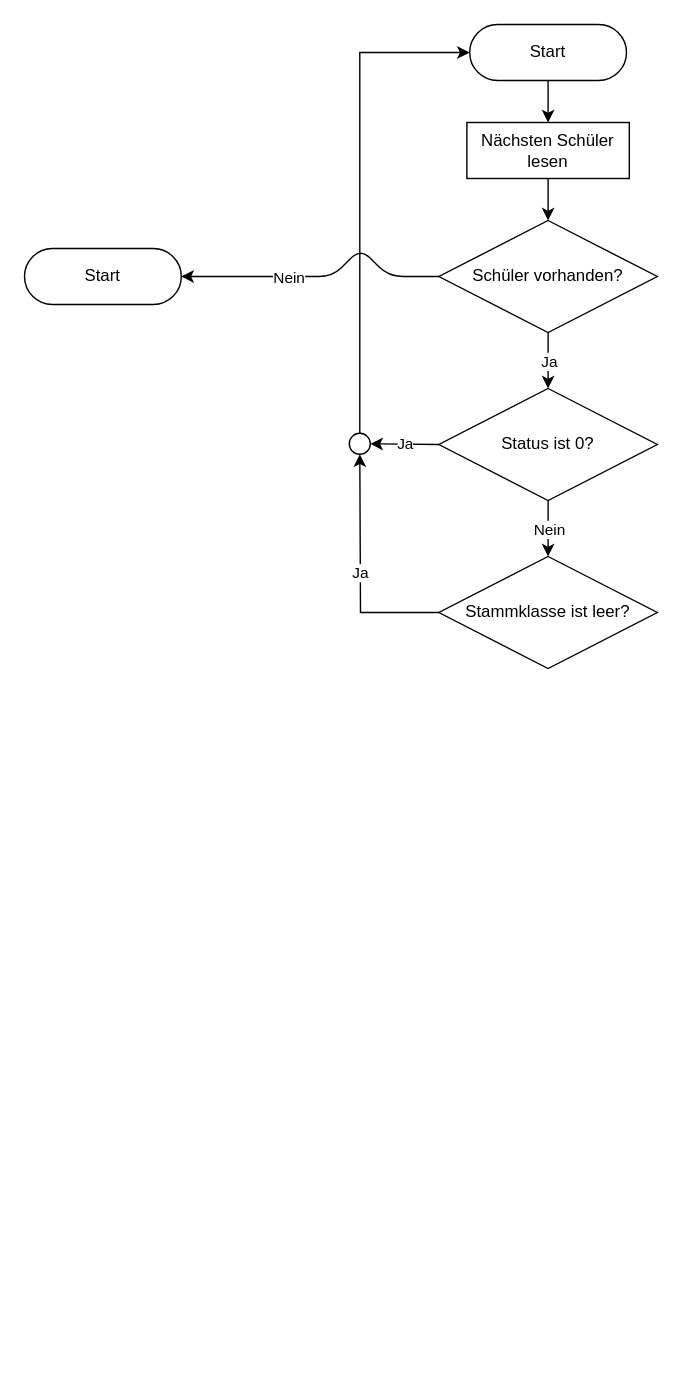
Before: Projektauftrag/Datenimport.drawio in PlayWolfYT/M122, a draw.io diagram. Source tidied: cells renumbered, new cells numbered last; positions are measured from the earlier drawing's top-left corner, leaving out a move shared by most shapes. Both pictures are drawn from the tidied source at 140%, with x=0, y=0 at pixel (24, 24).
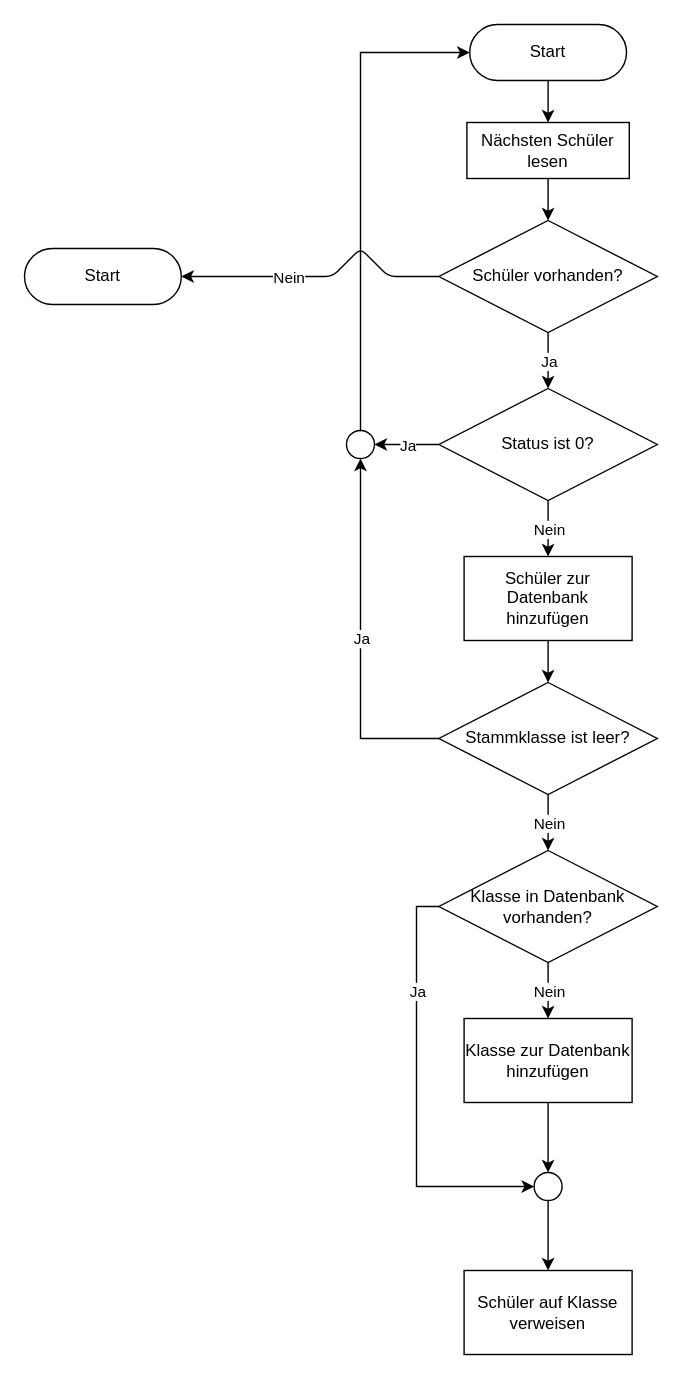
The same page after the edit.

Unchanged cells that the change refers to:
```xml
<mxCell id="6" value="Schüler vorhanden?" style="rhombus;whiteSpace=wrap;html=1;rounded=0;" parent="1" vertex="1">
  <mxGeometry x="296" y="140" width="156" height="80" as="geometry" />
</mxCell>
<mxCell id="7" value="Start" style="rounded=1;whiteSpace=wrap;html=1;arcSize=50;" parent="1" vertex="1">
  <mxGeometry y="160" width="112" height="40" as="geometry" />
</mxCell>
<mxCell id="10" value="Status ist 0?" style="rhombus;whiteSpace=wrap;html=1;rounded=0;" parent="1" vertex="1">
  <mxGeometry x="296" y="260" width="156" height="80" as="geometry" />
</mxCell>
```

What changed in the source:
```diff
@@
-    <mxCell id="8" style="endArrow=classic;html=1;entryX=1;entryY=0.5;entryDx=0;entryDy=0;exitX=0;exitY=0.5;exitDx=0;exitDy=0;" parent="1" edge="1" source="6" target="7">
+    <mxCell id="8" style="endArrow=classic;html=1;entryX=1;entryY=0.5;entryDx=0;entryDy=0;exitX=0;exitY=0.5;exitDx=0;exitDy=0;arcSize=10;" parent="1" edge="1" source="6" target="7">
       <mxGeometry relative="1" as="geometry">
         <Array as="points">
           <mxPoint x="260" y="180" />
           <mxPoint x="240" y="160" />
           <mxPoint x="220" y="180" />
         </Array>
       </mxGeometry>
     </mxCell>
@@
     <mxCell id="14" style="ellipse;fillColor=#ffffff;strokeColor=#000000;" parent="1" vertex="1">
-      <mxGeometry x="232" y="292" width="15" height="15" as="geometry" />
+      <mxGeometry x="230" y="290" width="20" height="20" as="geometry" />
     </mxCell>
     <mxCell id="15" value="Stammklasse ist leer?" style="rhombus;whiteSpace=wrap;html=1;rounded=0;" parent="1" vertex="1">
-      <mxGeometry x="296" y="380" width="156" height="80" as="geometry" />
+      <mxGeometry x="296" y="470" width="156" height="80" as="geometry" />
     </mxCell>
-    <mxCell id="16" style="endArrow=classic;html=1;entryX=0.5;entryY=0;entryDx=0;entryDy=0;exitX=0.5;exitY=1;exitDx=0;exitDy=0;" parent="1" edge="1" source="10" target="15">
+    <mxCell id="16" style="endArrow=classic;html=1;exitX=0.5;exitY=1;exitDx=0;exitDy=0;entryX=0.5;entryY=0;entryDx=0;entryDy=0;" parent="1" edge="1" source="10" target="34">
       <mxGeometry relative="1" as="geometry" />
     </mxCell>
@@
     <mxCell id="18" style="endArrow=classic;html=1;entryX=0.5;entryY=1;entryDx=0;entryDy=0;exitX=0;exitY=0.5;exitDx=0;exitDy=0;arcSize=0;" parent="1" edge="1" source="15" target="14">
       <mxGeometry relative="1" as="geometry">
         <Array as="points">
-          <mxPoint x="240" y="420" />
+          <mxPoint x="240" y="510" />
         </Array>
       </mxGeometry>
     </mxCell>
@@
+    <mxCell id="22" value="Klasse in Datenbank vorhanden?" style="rhombus;whiteSpace=wrap;html=1;rounded=0;" parent="1" vertex="1">
+      <mxGeometry x="296" y="590" width="156" height="80" as="geometry" />
+    </mxCell>
+    <mxCell id="23" style="endArrow=classic;html=1;exitX=0.5;exitY=1;exitDx=0;exitDy=0;entryX=0.5;entryY=0;entryDx=0;entryDy=0;" parent="1" edge="1" source="15" target="22">
+      <mxGeometry relative="1" as="geometry" />
+    </mxCell>
+    <mxCell id="24" value="Nein" style="edgeLabel;html=1;align=center;verticalAlign=middle;" parent="23" vertex="1">
+      <mxGeometry relative="1" as="geometry" />
+    </mxCell>
+    <mxCell id="25" style="edgeStyle=orthogonalEdgeStyle;rounded=0;jettySize=auto;html=1;exitX=0.5;exitY=1;exitDx=0;exitDy=0;entryX=0.5;entryY=0;entryDx=0;entryDy=0;" parent="1" edge="1" source="26" target="30">
+      <mxGeometry relative="1" as="geometry" />
+    </mxCell>
+    <mxCell id="26" value="Klasse zur Datenbank hinzufügen" style="rounded=0;whiteSpace=wrap;html=1;" parent="1" vertex="1">
+      <mxGeometry x="314" y="710" width="120" height="60" as="geometry" />
+    </mxCell>
+    <mxCell id="27" style="endArrow=classic;html=1;entryX=0.5;entryY=0;entryDx=0;entryDy=0;exitX=0.5;exitY=1;exitDx=0;exitDy=0;" parent="1" edge="1" source="22" target="26">
+      <mxGeometry relative="1" as="geometry" />
+    </mxCell>
+    <mxCell id="28" value="Nein" style="edgeLabel;html=1;align=center;verticalAlign=middle;" parent="27" vertex="1">
+      <mxGeometry relative="1" as="geometry" />
+    </mxCell>
+    <mxCell id="29" style="edgeStyle=orthogonalEdgeStyle;rounded=0;jettySize=auto;html=1;exitX=0.5;exitY=1;exitDx=0;exitDy=0;entryX=0.5;entryY=0;entryDx=0;entryDy=0;" parent="1" edge="1" source="30" target="35">
+      <mxGeometry relative="1" as="geometry" />
+    </mxCell>
+    <mxCell id="30" style="ellipse;fillColor=#ffffff;strokeColor=#000000;rounded=0;html=1;" parent="1" vertex="1">
+      <mxGeometry x="364" y="820" width="20" height="20" as="geometry" />
+    </mxCell>
+    <mxCell id="31" style="endArrow=classic;html=1;entryX=0;entryY=0.5;entryDx=0;entryDy=0;exitX=0;exitY=0.5;exitDx=0;exitDy=0;arcSize=0;" parent="1" edge="1" source="22" target="30">
+      <mxGeometry relative="1" as="geometry">
+        <Array as="points">
+          <mxPoint x="280" y="630" />
+          <mxPoint x="280" y="830" />
+        </Array>
+      </mxGeometry>
+    </mxCell>
+    <mxCell id="32" value="Ja" style="edgeLabel;html=1;align=center;verticalAlign=middle;" parent="31" vertex="1">
+      <mxGeometry relative="1" as="geometry">
+        <mxPoint y="-74" as="offset" />
+      </mxGeometry>
+    </mxCell>
+    <mxCell id="33" style="edgeStyle=orthogonalEdgeStyle;rounded=0;jettySize=auto;html=1;exitX=0.5;exitY=1;exitDx=0;exitDy=0;entryX=0.5;entryY=0;entryDx=0;entryDy=0;" parent="1" edge="1" source="34" target="15">
+      <mxGeometry relative="1" as="geometry" />
+    </mxCell>
+    <mxCell id="34" value="Schüler zur Datenbank hinzufügen" style="rounded=0;whiteSpace=wrap;html=1;" parent="1" vertex="1">
+      <mxGeometry x="314" y="380" width="120" height="60" as="geometry" />
+    </mxCell>
+    <mxCell id="35" value="Schüler auf Klasse verweisen" style="rounded=0;whiteSpace=wrap;html=1;" parent="1" vertex="1">
+      <mxGeometry x="314" y="890" width="120" height="60" as="geometry" />
+    </mxCell>
```
